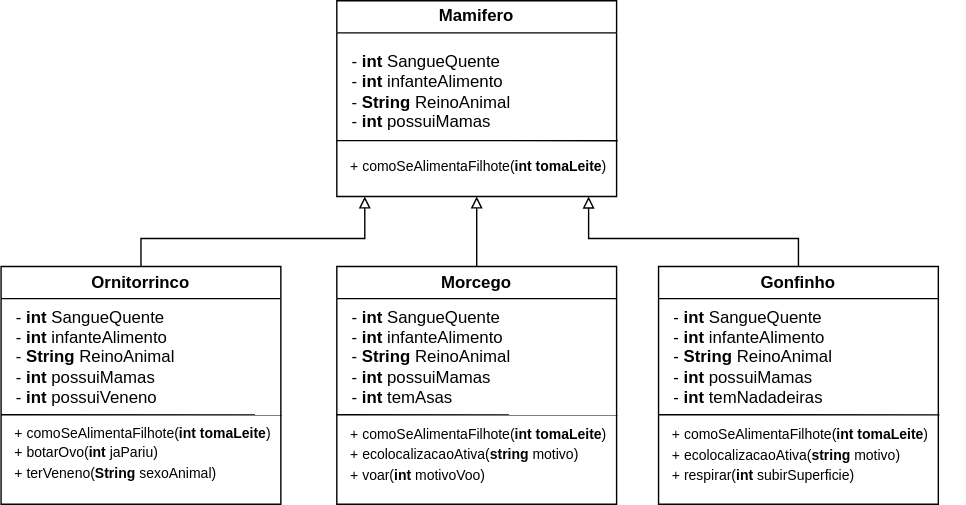
This is Exercicio003HerancaPolimorfismo.drawio.svg from tiofaso/UML, a draw.io export, as it was before one commit. Source tidied: cells renumbered, new cells last; positions are measured from the earlier drawing's top-left corner, leaving out a move shared by most shapes.
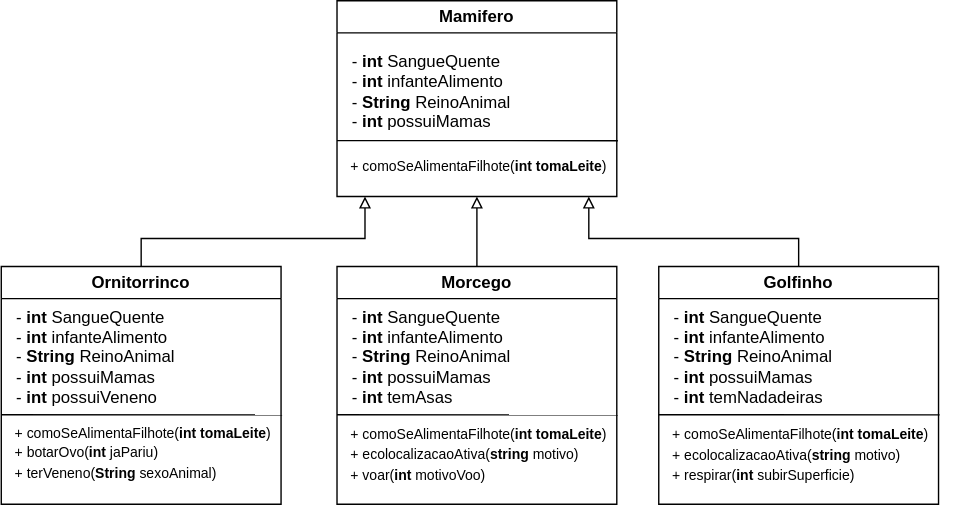
After the commit.

Commit message:
:bug: correção no nome da classe GOLFINHO em SVG

Change to the diagram source:
```diff
@@ -68,7 +68,7 @@
         </Array>
       </mxGeometry>
     </mxCell>
-    <mxCell id="17" value="Gonfinho" style="swimlane;whiteSpace=wrap;html=1;" parent="1" vertex="1">
+    <mxCell id="17" value="Golfinho" style="swimlane;whiteSpace=wrap;html=1;startSize=23;" parent="1" vertex="1">
       <mxGeometry x="470" y="190" width="200" height="170" as="geometry" />
     </mxCell>
     <mxCell id="18" value="-&amp;nbsp;&lt;b&gt;int&lt;/b&gt; SangueQuente&lt;br&gt;- &lt;b&gt;int&lt;/b&gt; infanteAlimento&lt;br&gt;- &lt;b&gt;String&lt;/b&gt; ReinoAnimal&lt;br&gt;- &lt;b&gt;int &lt;/b&gt;possuiMamas&lt;br&gt;- &lt;b&gt;int&lt;/b&gt;&amp;nbsp;temNadadeiras" style="text;html=1;align=left;verticalAlign=middle;strokeColor=none;fillColor=none;" parent="17" vertex="1">
```
